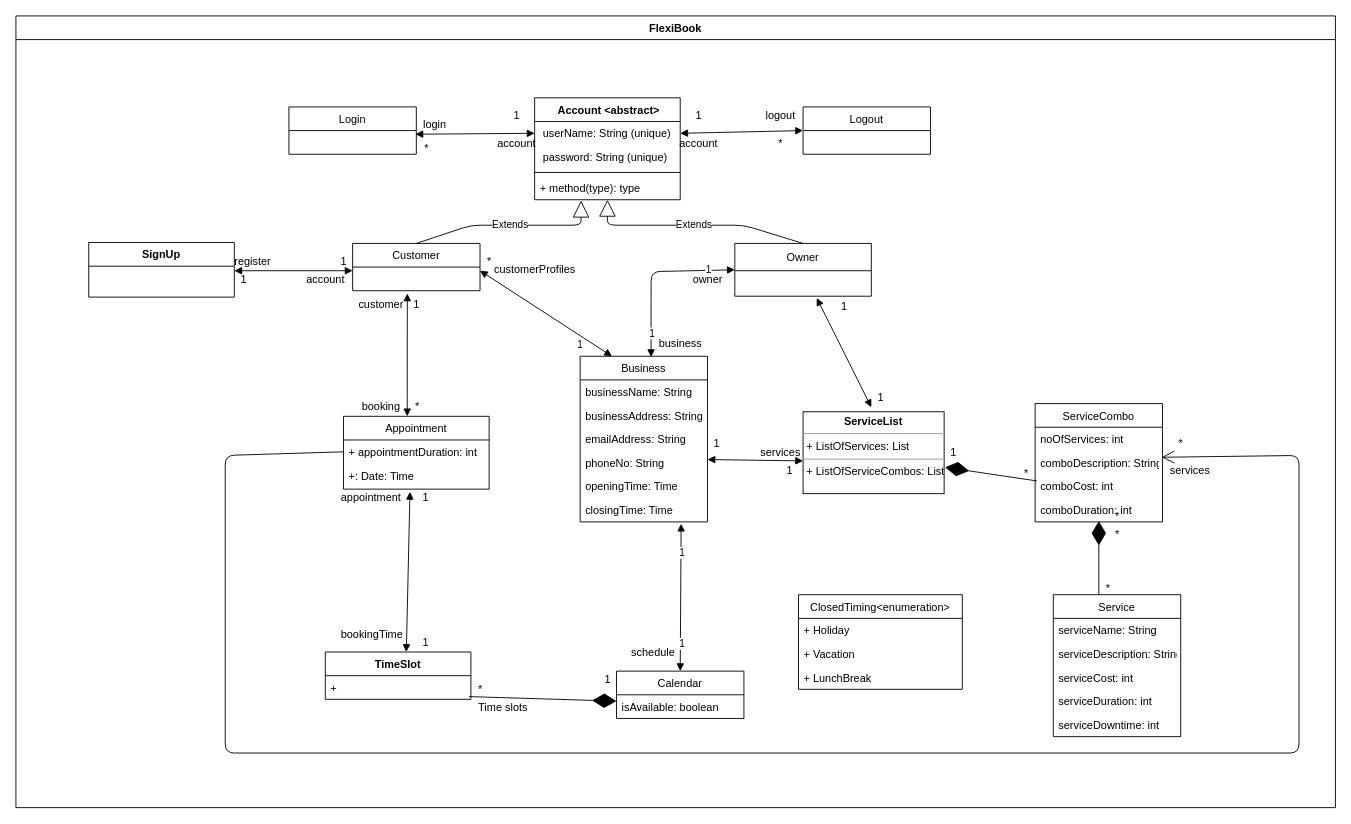
The draw.io diagram FlexiBook.drawio in chivatam/FlexiBook, before the edit. Source tidied: cells renumbered, new cells numbered last; positions are measured from the earlier drawing's top-left corner, leaving out a move shared by most shapes. Both pictures are drawn from the tidied source at 91%, with x=0, y=0 at pixel (15, 15).
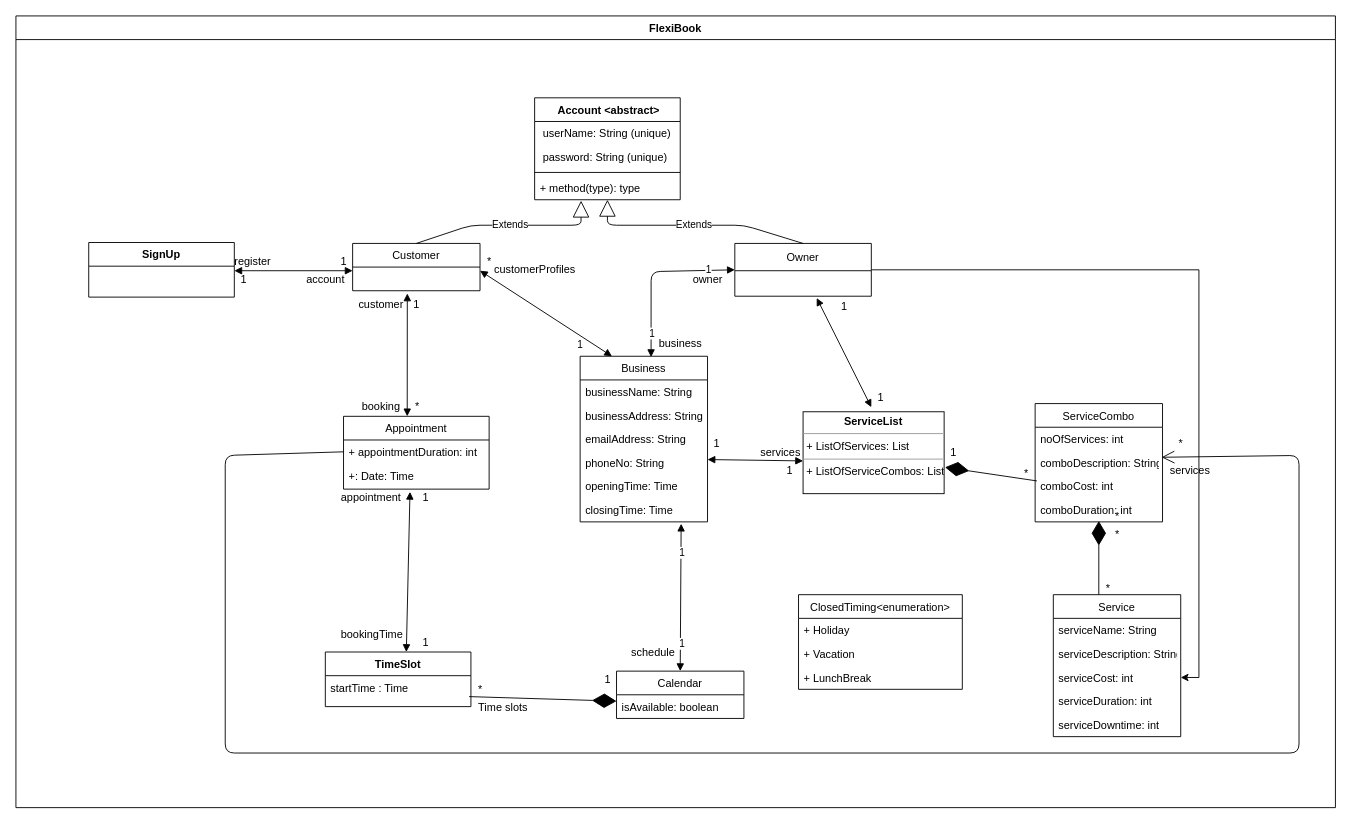
After the change.

Unchanged cells that the change refers to:
```xml
<mxCell id="3" value=" userName: String (unique)" style="text;strokeColor=none;fillColor=none;align=left;verticalAlign=top;spacingLeft=4;spacingRight=4;overflow=hidden;points=[[0,0.5],[1,0.5]];portConstraint=eastwest;" parent="2" vertex="1">
  <mxGeometry y="26" width="160" height="26" as="geometry" />
</mxCell>
<mxCell id="44" value="Owner" style="swimlane;fontStyle=0;horizontal=1;startSize=30;fillColor=none;" parent="1" vertex="1">
  <mxGeometry x="790" y="250" width="150" height="58" as="geometry" />
</mxCell>
<mxCell id="96" value="serviceCost: int" style="text;strokeColor=none;fillColor=none;align=left;verticalAlign=top;spacingLeft=4;spacingRight=4;overflow=hidden;points=[[0,0.5],[1,0.5]];portConstraint=eastwest;" parent="93" vertex="1">
  <mxGeometry y="78" width="140" height="26" as="geometry" />
</mxCell>
```

The edit, as a diff of the source:
```diff
@@
     <mxCell id="21" value="TimeSlot" style="swimlane;fontStyle=1;align=center;verticalAlign=top;horizontal=1;startSize=26;" parent="1" vertex="1">
-      <mxGeometry x="340" y="699" width="160" height="52" as="geometry" />
+      <mxGeometry x="340" y="699" width="160" height="60" as="geometry" />
     </mxCell>
-    <mxCell id="22" value="+ " style="text;strokeColor=none;fillColor=none;align=left;verticalAlign=top;spacingLeft=4;spacingRight=4;overflow=hidden;" parent="21" vertex="1">
-      <mxGeometry y="26" width="160" height="26" as="geometry" />
+    <mxCell id="22" value="startTime : Time&#10;" style="text;strokeColor=none;fillColor=none;align=left;verticalAlign=top;spacingLeft=4;spacingRight=4;overflow=hidden;" parent="21" vertex="1">
+      <mxGeometry y="26" width="160" height="34" as="geometry" />
     </mxCell>
@@
+    <mxCell id="104" style="edgeStyle=orthogonalEdgeStyle;rounded=0;jettySize=auto;html=1;entryX=1;entryY=0.5;entryDx=0;entryDy=0;" parent="1" edge="1" source="44" target="96">
+      <mxGeometry relative="1" as="geometry">
+        <Array as="points">
+          <mxPoint x="1300" y="279" />
+          <mxPoint x="1300" y="727" />
+        </Array>
+      </mxGeometry>
+    </mxCell>
@@
-    <mxCell id="64" style="endArrow=block;startArrow=block;endFill=1;startFill=1;html=1;exitX=1;exitY=0.5;exitDx=0;exitDy=0;entryX=0;entryY=0.5;entryDx=0;entryDy=0;" parent="1" edge="1" source="3" target="65">
-      <mxGeometry relative="1" as="geometry" />
-    </mxCell>
-    <mxCell id="65" value="Logout" style="swimlane;fontStyle=0;horizontal=1;startSize=26;fillColor=none;" parent="1" vertex="1">
-      <mxGeometry x="865" y="100" width="140" height="52" as="geometry" />
-    </mxCell>
-    <mxCell id="66" value="Login" style="swimlane;fontStyle=0;horizontal=1;startSize=26;fillColor=none;" parent="1" vertex="1">
-      <mxGeometry x="300" y="100" width="140" height="52" as="geometry" />
-    </mxCell>
-    <mxCell id="67" style="endArrow=block;startArrow=block;endFill=1;startFill=1;html=1;entryX=0;entryY=0.5;entryDx=0;entryDy=0;" parent="66" edge="1" target="3">
-      <mxGeometry relative="1" as="geometry">
-        <mxPoint x="139" y="30" as="sourcePoint" />
-      </mxGeometry>
-    </mxCell>
-    <mxCell id="68" value="1" style="text;html=1;align=center;verticalAlign=middle;" parent="1" vertex="1">
-      <mxGeometry x="740" y="100" width="20" height="20" as="geometry" />
-    </mxCell>
-    <mxCell id="69" value="*" style="text;html=1;align=center;verticalAlign=middle;" parent="1" vertex="1">
-      <mxGeometry x="830" y="130" width="20" height="20" as="geometry" />
-    </mxCell>
-    <mxCell id="70" value="*" style="text;html=1;align=center;verticalAlign=middle;" parent="1" vertex="1">
-      <mxGeometry x="441" y="136" width="20" height="20" as="geometry" />
-    </mxCell>
-    <mxCell id="71" value="1" style="text;html=1;align=center;verticalAlign=middle;" parent="1" vertex="1">
-      <mxGeometry x="540" y="100" width="20" height="20" as="geometry" />
-    </mxCell>
@@
-    <mxCell id="80" value="login" style="text;html=1;align=center;verticalAlign=middle;" parent="1" vertex="1">
-      <mxGeometry x="440" y="110" width="40" height="20" as="geometry" />
-    </mxCell>
-    <mxCell id="81" value="logout" style="text;html=1;align=center;verticalAlign=middle;" parent="1" vertex="1">
-      <mxGeometry x="815" y="100" width="50" height="20" as="geometry" />
-    </mxCell>
-    <mxCell id="82" value="account" style="text;html=1;align=center;verticalAlign=middle;" parent="1" vertex="1">
-      <mxGeometry x="720" y="130" width="60" height="20" as="geometry" />
-    </mxCell>
-    <mxCell id="83" value="account" style="text;html=1;align=center;verticalAlign=middle;" parent="1" vertex="1">
-      <mxGeometry x="520" y="130" width="60" height="20" as="geometry" />
-    </mxCell>
```
